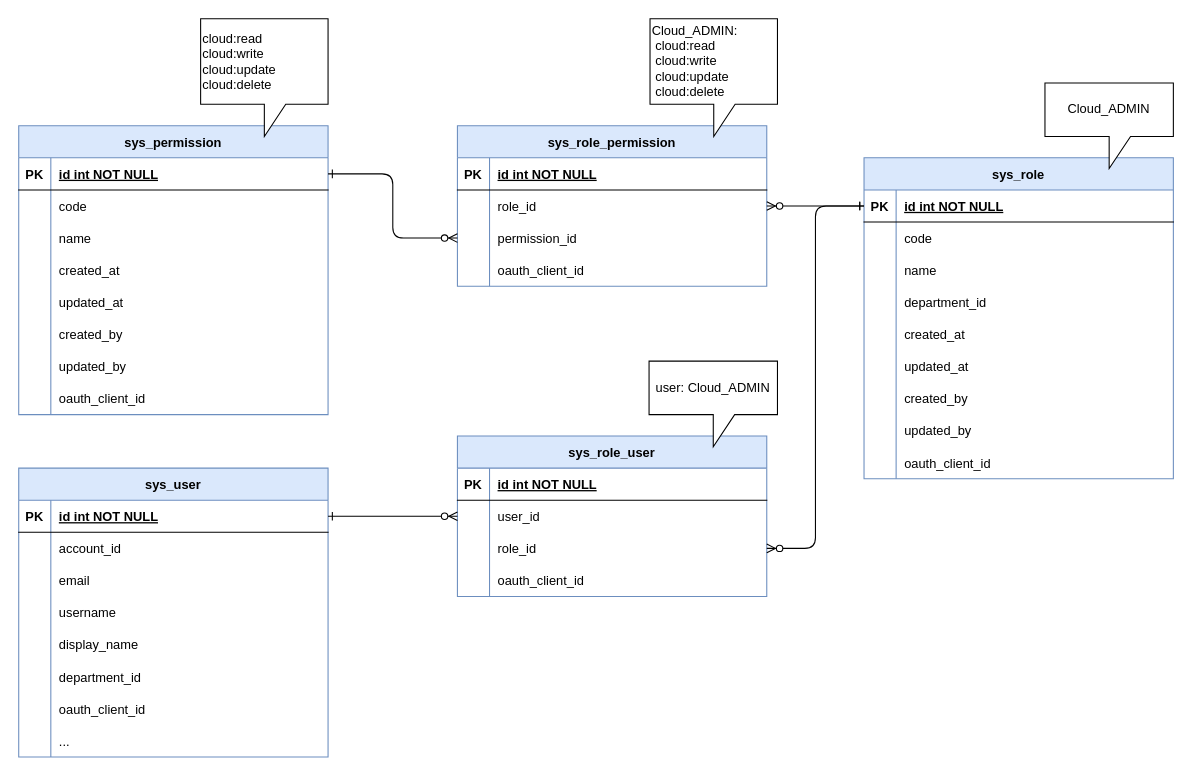
The draw.io diagram page "iam" (6 of 6) of Resource_Pool2.drawio in LiuJin1203/graph, before the edit. Source tidied: cells renumbered, new cells numbered last; positions are measured from the earlier drawing's top-left corner, leaving out a move shared by most shapes. Both pictures are drawn from the tidied source at 107%, with x=0, y=0 at pixel (18, 18).
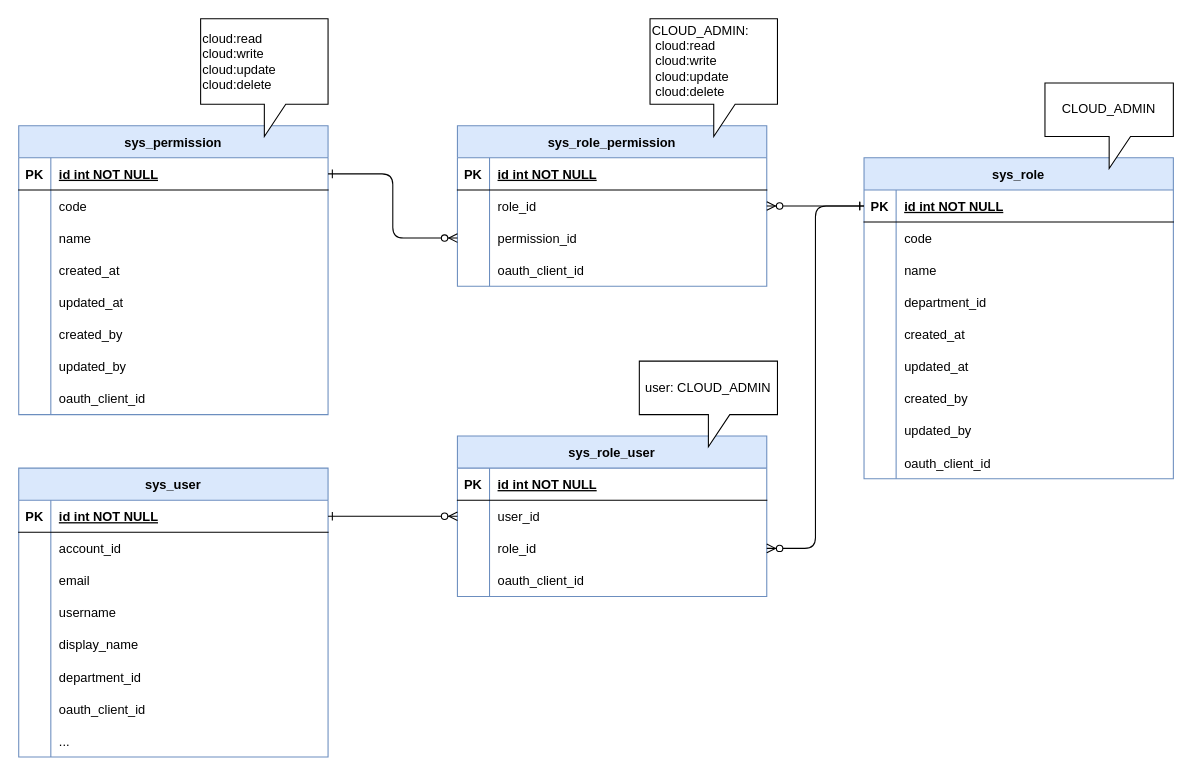
The same page after the edit.

Diff of the diagram source:
```diff
@@
-    <mxCell id="110" value="Cloud_ADMIN" style="shape=callout;whiteSpace=wrap;html=1;perimeter=calloutPerimeter;" parent="1" vertex="1">
+    <mxCell id="110" value="CLOUD_ADMIN" style="shape=callout;whiteSpace=wrap;html=1;perimeter=calloutPerimeter;" parent="1" vertex="1">
       <mxGeometry x="959.1" y="60" width="120" height="80" as="geometry" />
     </mxCell>
@@
-    <mxCell id="112" value="&lt;span style=&quot;text-align: center;&quot;&gt;Cloud_ADMIN:&lt;br&gt;&lt;/span&gt;&lt;span style=&quot;background-color: initial;&quot;&gt;&lt;span style=&quot;white-space: pre;&quot;&gt; &lt;/span&gt;cloud:read&lt;br&gt;&lt;/span&gt;&lt;span style=&quot;background-color: initial;&quot;&gt;&lt;span style=&quot;white-space: pre;&quot;&gt; &lt;/span&gt;cloud:write&lt;br&gt;&lt;/span&gt;&lt;span style=&quot;background-color: initial;&quot;&gt;&lt;span style=&quot;white-space: pre;&quot;&gt; &lt;/span&gt;cloud:update&lt;br&gt;&lt;/span&gt;&lt;span style=&quot;background-color: initial;&quot;&gt;&lt;span style=&quot;white-space: pre;&quot;&gt; &lt;/span&gt;cloud:delete&lt;/span&gt;&lt;span style=&quot;background-color: initial;&quot;&gt;&lt;br&gt;&lt;/span&gt;" style="shape=callout;whiteSpace=wrap;html=1;perimeter=calloutPerimeter;align=left;" parent="1" vertex="1">
+    <mxCell id="112" value="&lt;span style=&quot;text-align: center;&quot;&gt;CLOUD_ADMIN:&lt;br&gt;&lt;/span&gt;&lt;span style=&quot;background-color: initial;&quot;&gt;&lt;span style=&quot;white-space: pre;&quot;&gt; &lt;/span&gt;cloud:read&lt;br&gt;&lt;/span&gt;&lt;span style=&quot;background-color: initial;&quot;&gt;&lt;span style=&quot;white-space: pre;&quot;&gt; &lt;/span&gt;cloud:write&lt;br&gt;&lt;/span&gt;&lt;span style=&quot;background-color: initial;&quot;&gt;&lt;span style=&quot;white-space: pre;&quot;&gt; &lt;/span&gt;cloud:update&lt;br&gt;&lt;/span&gt;&lt;span style=&quot;background-color: initial;&quot;&gt;&lt;span style=&quot;white-space: pre;&quot;&gt; &lt;/span&gt;cloud:delete&lt;/span&gt;&lt;span style=&quot;background-color: initial;&quot;&gt;&lt;br&gt;&lt;/span&gt;" style="shape=callout;whiteSpace=wrap;html=1;perimeter=calloutPerimeter;align=left;" parent="1" vertex="1">
       <mxGeometry x="590" width="119.1" height="110" as="geometry" />
     </mxCell>
-    <mxCell id="113" value="user: Cloud_ADMIN" style="shape=callout;whiteSpace=wrap;html=1;perimeter=calloutPerimeter;" parent="1" vertex="1">
-      <mxGeometry x="589.1" y="320" width="120" height="80" as="geometry" />
+    <mxCell id="113" value="user: CLOUD_ADMIN" style="shape=callout;whiteSpace=wrap;html=1;perimeter=calloutPerimeter;" parent="1" vertex="1">
+      <mxGeometry x="580" y="320" width="129.1" height="80" as="geometry" />
     </mxCell>
```
